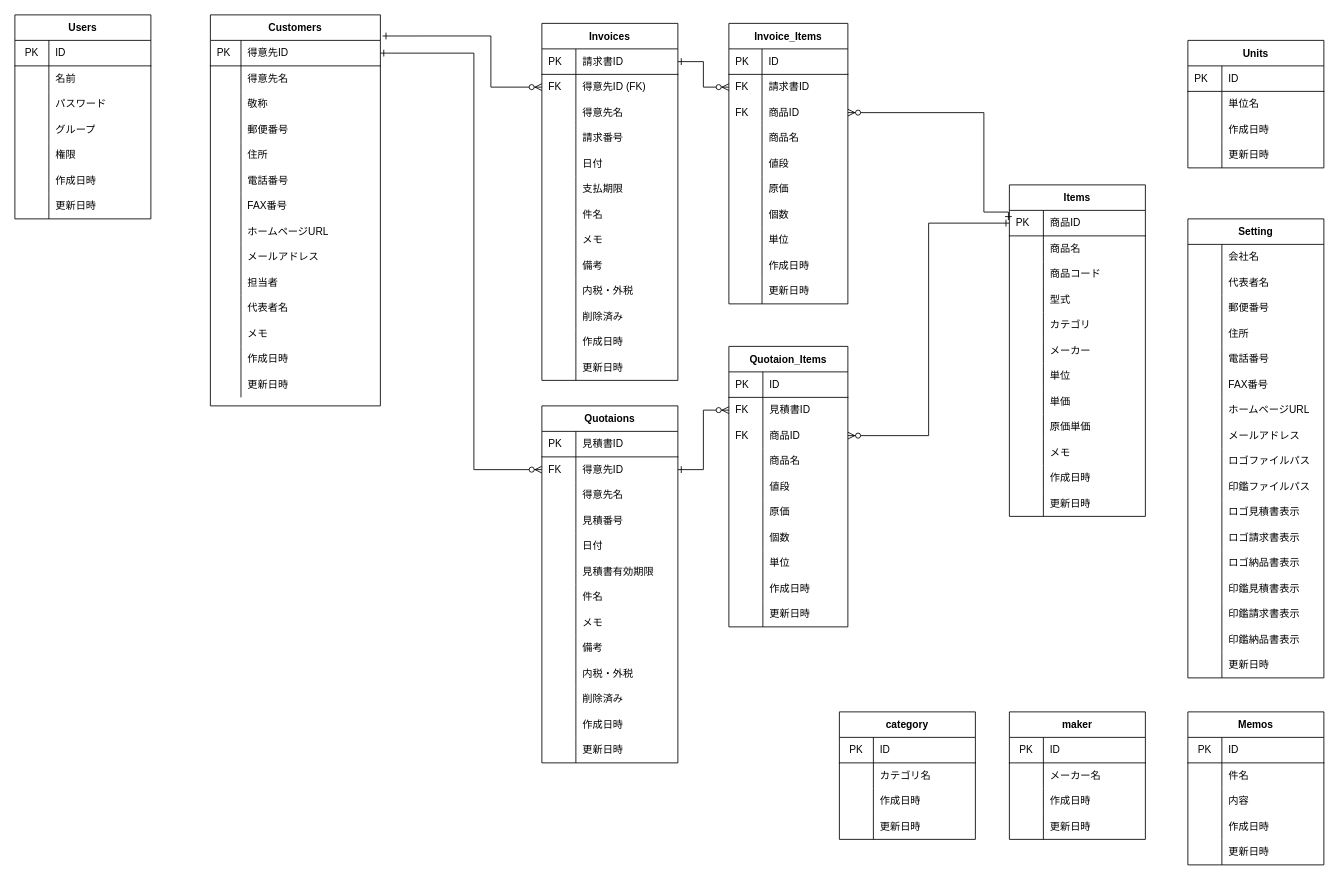
Above: soho_er.dio in gamasenninn/caddie-clone (draw.io), before the change. Source tidied: cells renumbered, new cells numbered last; positions are measured from the earlier drawing's top-left corner, leaving out a move shared by most shapes. Both pictures are drawn from the tidied source at 85%, with x=0, y=0 at pixel (14, 14).
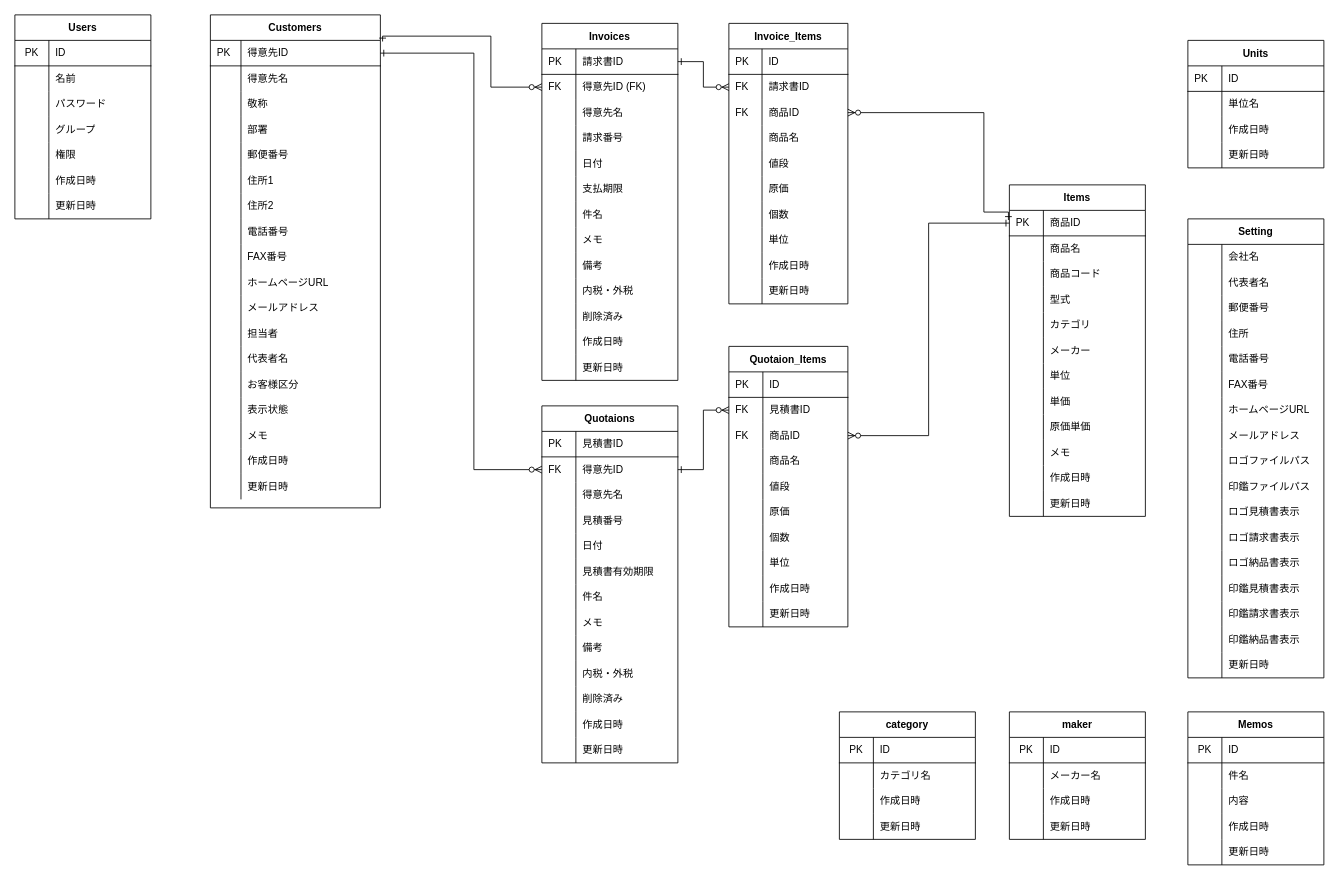
The same diagram, later.

Change to the diagram source:
```diff
@@
     <mxCell id="2" value="Customers" style="shape=table;startSize=30;childLayout=tableLayout;rowLines=0;fontStyle=1;align=center;" parent="1" vertex="1">
-      <mxGeometry x="230" width="200" height="460" as="geometry" />
+      <mxGeometry x="230" width="200" height="580" as="geometry" />
     </mxCell>
@@
+    <mxCell id="359" style="shape=partialRectangle;html=1;whiteSpace=wrap;fillColor=none;top=0;left=0;bottom=0;right=0;" parent="2" vertex="1">
+      <mxGeometry y="120" width="200" height="30" as="geometry" />
+    </mxCell>
+    <mxCell id="360" style="shape=partialRectangle;html=1;whiteSpace=wrap;fillColor=none;top=0;left=0;bottom=0;right=0;align=left;spacingLeft=6;overflow=hidden;" parent="359" vertex="1">
+      <mxGeometry width="36" height="30" as="geometry" />
+    </mxCell>
+    <mxCell id="361" value="部署" style="shape=partialRectangle;html=1;whiteSpace=wrap;fillColor=none;top=0;left=0;bottom=0;right=0;align=left;spacingLeft=6;overflow=hidden;" parent="359" vertex="1">
+      <mxGeometry x="36" width="164" height="30" as="geometry" />
+    </mxCell>
     <mxCell id="12" style="shape=partialRectangle;html=1;whiteSpace=wrap;fillColor=none;top=0;left=0;bottom=0;right=0;" parent="2" vertex="1">
-      <mxGeometry y="120" width="200" height="30" as="geometry" />
+      <mxGeometry y="150" width="200" height="30" as="geometry" />
     </mxCell>
@@
     <mxCell id="15" style="shape=partialRectangle;html=1;whiteSpace=wrap;fillColor=none;top=0;left=0;bottom=0;right=0;" parent="2" vertex="1">
-      <mxGeometry y="150" width="200" height="30" as="geometry" />
+      <mxGeometry y="180" width="200" height="30" as="geometry" />
     </mxCell>
@@
-    <mxCell id="17" value="住所" style="shape=partialRectangle;html=1;whiteSpace=wrap;fillColor=none;top=0;left=0;bottom=0;right=0;align=left;spacingLeft=6;overflow=hidden;" parent="15" vertex="1">
+    <mxCell id="17" value="住所1" style="shape=partialRectangle;html=1;whiteSpace=wrap;fillColor=none;top=0;left=0;bottom=0;right=0;align=left;spacingLeft=6;overflow=hidden;" parent="15" vertex="1">
       <mxGeometry x="36" width="164" height="30" as="geometry" />
     </mxCell>
+    <mxCell id="362" style="shape=partialRectangle;html=1;whiteSpace=wrap;fillColor=none;top=0;left=0;bottom=0;right=0;" parent="2" vertex="1">
+      <mxGeometry y="210" width="200" height="30" as="geometry" />
+    </mxCell>
+    <mxCell id="363" style="shape=partialRectangle;html=1;whiteSpace=wrap;fillColor=none;top=0;left=0;bottom=0;right=0;align=left;spacingLeft=6;overflow=hidden;" parent="362" vertex="1">
+      <mxGeometry width="36" height="30" as="geometry" />
+    </mxCell>
+    <mxCell id="364" value="住所2" style="shape=partialRectangle;html=1;whiteSpace=wrap;fillColor=none;top=0;left=0;bottom=0;right=0;align=left;spacingLeft=6;overflow=hidden;" parent="362" vertex="1">
+      <mxGeometry x="36" width="164" height="30" as="geometry" />
+    </mxCell>
     <mxCell id="18" style="shape=partialRectangle;html=1;whiteSpace=wrap;fillColor=none;top=0;left=0;bottom=0;right=0;" parent="2" vertex="1">
-      <mxGeometry y="180" width="200" height="30" as="geometry" />
+      <mxGeometry y="240" width="200" height="30" as="geometry" />
     </mxCell>
@@
     <mxCell id="21" style="shape=partialRectangle;html=1;whiteSpace=wrap;fillColor=none;top=0;left=0;bottom=0;right=0;" parent="2" vertex="1">
-      <mxGeometry y="210" width="200" height="30" as="geometry" />
+      <mxGeometry y="270" width="200" height="30" as="geometry" />
     </mxCell>
@@
     <mxCell id="24" style="shape=partialRectangle;html=1;whiteSpace=wrap;fillColor=none;top=0;left=0;bottom=0;right=0;" parent="2" vertex="1">
-      <mxGeometry y="240" width="200" height="30" as="geometry" />
+      <mxGeometry y="300" width="200" height="30" as="geometry" />
     </mxCell>
@@
     <mxCell id="27" style="shape=partialRectangle;html=1;whiteSpace=wrap;fillColor=none;top=0;left=0;bottom=0;right=0;" parent="2" vertex="1">
-      <mxGeometry y="270" width="200" height="30" as="geometry" />
+      <mxGeometry y="330" width="200" height="30" as="geometry" />
     </mxCell>
@@
     <mxCell id="30" style="shape=partialRectangle;html=1;whiteSpace=wrap;fillColor=none;top=0;left=0;bottom=0;right=0;" parent="2" vertex="1">
-      <mxGeometry y="300" width="200" height="30" as="geometry" />
+      <mxGeometry y="360" width="200" height="30" as="geometry" />
     </mxCell>
@@
     <mxCell id="33" style="shape=partialRectangle;html=1;whiteSpace=wrap;fillColor=none;top=0;left=0;bottom=0;right=0;" parent="2" vertex="1">
-      <mxGeometry y="330" width="200" height="30" as="geometry" />
+      <mxGeometry y="390" width="200" height="30" as="geometry" />
     </mxCell>
@@
+    <mxCell id="365" style="shape=partialRectangle;html=1;whiteSpace=wrap;fillColor=none;top=0;left=0;bottom=0;right=0;" parent="2" vertex="1">
+      <mxGeometry y="420" width="200" height="30" as="geometry" />
+    </mxCell>
+    <mxCell id="366" style="shape=partialRectangle;html=1;whiteSpace=wrap;fillColor=none;top=0;left=0;bottom=0;right=0;align=left;spacingLeft=6;overflow=hidden;" parent="365" vertex="1">
+      <mxGeometry width="36" height="30" as="geometry" />
+    </mxCell>
+    <mxCell id="367" value="お客様区分" style="shape=partialRectangle;html=1;whiteSpace=wrap;fillColor=none;top=0;left=0;bottom=0;right=0;align=left;spacingLeft=6;overflow=hidden;" parent="365" vertex="1">
+      <mxGeometry x="36" width="164" height="30" as="geometry" />
+    </mxCell>
+    <mxCell id="368" style="shape=partialRectangle;html=1;whiteSpace=wrap;fillColor=none;top=0;left=0;bottom=0;right=0;" parent="2" vertex="1">
+      <mxGeometry y="450" width="200" height="30" as="geometry" />
+    </mxCell>
+    <mxCell id="369" style="shape=partialRectangle;html=1;whiteSpace=wrap;fillColor=none;top=0;left=0;bottom=0;right=0;align=left;spacingLeft=6;overflow=hidden;" parent="368" vertex="1">
+      <mxGeometry width="36" height="30" as="geometry" />
+    </mxCell>
+    <mxCell id="370" value="表示状態" style="shape=partialRectangle;html=1;whiteSpace=wrap;fillColor=none;top=0;left=0;bottom=0;right=0;align=left;spacingLeft=6;overflow=hidden;" parent="368" vertex="1">
+      <mxGeometry x="36" width="164" height="30" as="geometry" />
+    </mxCell>
     <mxCell id="36" style="shape=partialRectangle;html=1;whiteSpace=wrap;fillColor=none;top=0;left=0;bottom=0;right=0;" parent="2" vertex="1">
-      <mxGeometry y="360" width="200" height="30" as="geometry" />
+      <mxGeometry y="480" width="200" height="30" as="geometry" />
     </mxCell>
@@
     <mxCell id="39" style="shape=partialRectangle;html=1;whiteSpace=wrap;fillColor=none;top=0;left=0;bottom=0;right=0;" parent="2" vertex="1">
-      <mxGeometry y="390" width="200" height="30" as="geometry" />
+      <mxGeometry y="510" width="200" height="30" as="geometry" />
     </mxCell>
@@
     <mxCell id="42" style="shape=partialRectangle;html=1;whiteSpace=wrap;fillColor=none;top=0;left=0;bottom=0;right=0;" parent="2" vertex="1">
-      <mxGeometry y="420" width="200" height="30" as="geometry" />
+      <mxGeometry y="540" width="200" height="30" as="geometry" />
     </mxCell>
```
